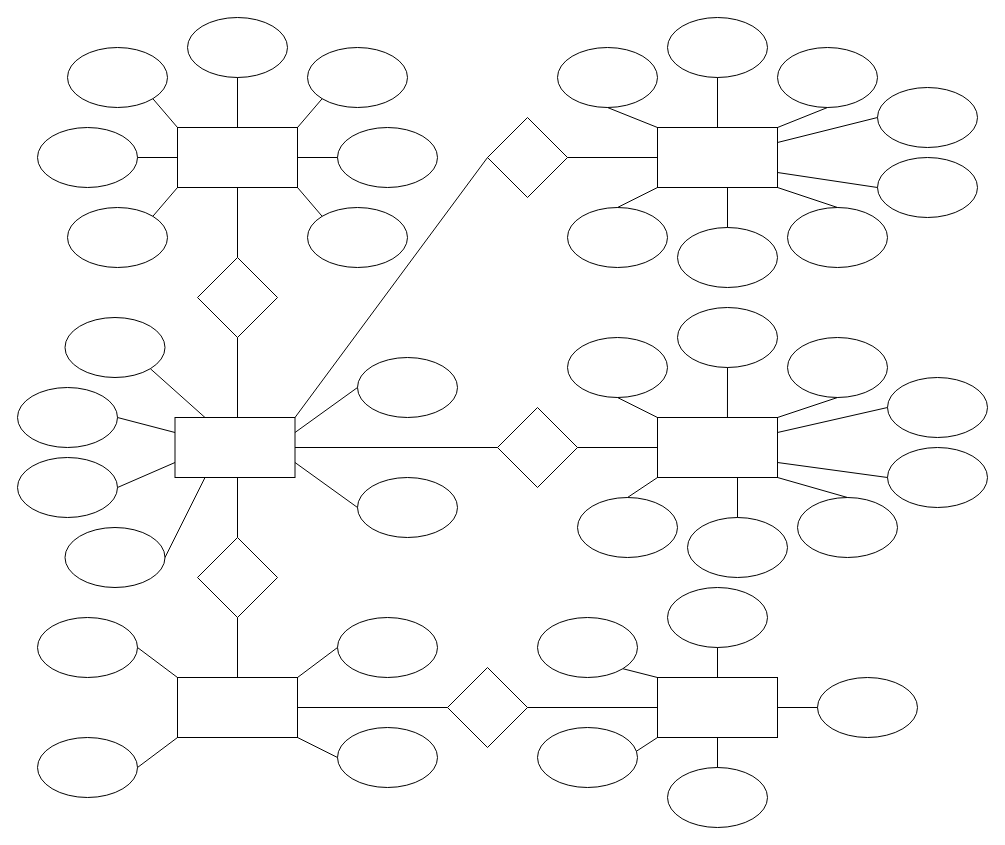
sahil1409/Draw.io keeps this draw.io diagram as Diagram1.drawio. Above is the earlier version. Source tidied: cells renumbered, new cells numbered last; positions are measured from the earlier drawing's top-left corner, leaving out a move shared by most shapes. Both pictures are drawn from the tidied source at 100%, with x=0, y=0 at pixel (17, 17).
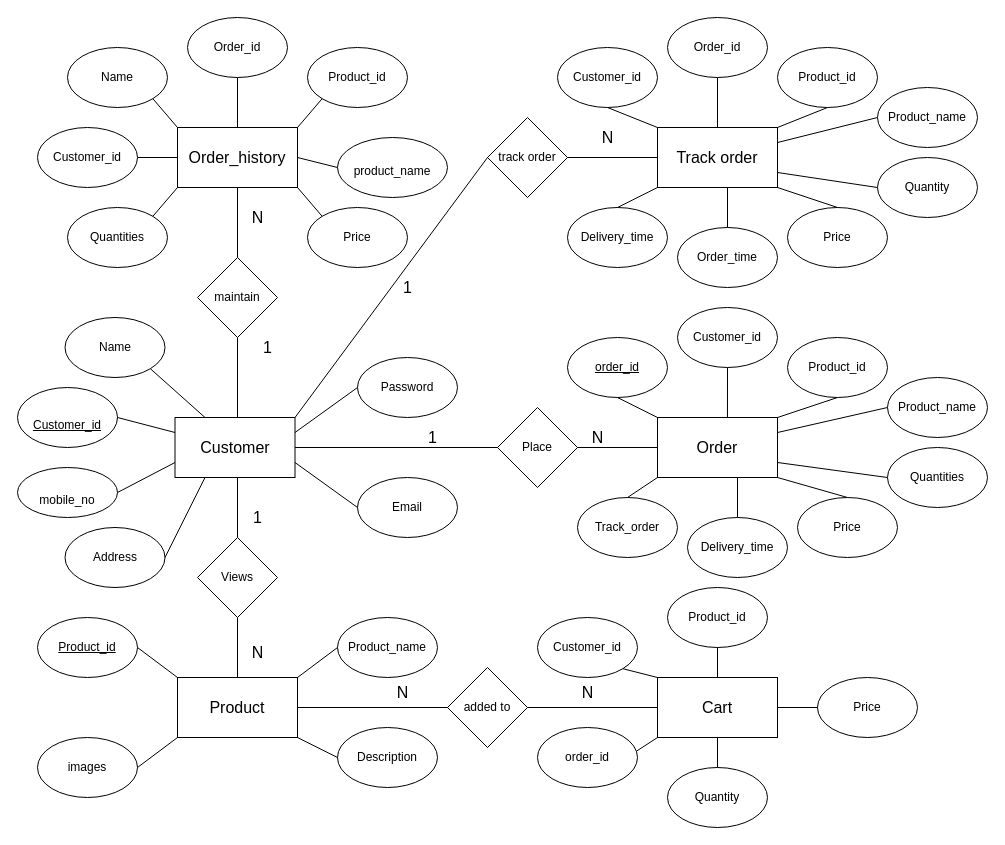
The same page after the edit.

Change to the diagram source:
```diff
@@
-    <mxCell id="2" style="rounded=0;whiteSpace=wrap;html=1;" parent="1" vertex="1">
+    <mxCell id="2" value="&lt;h1 style=&quot;font-size: 16px;&quot;&gt;&lt;span style=&quot;font-weight: normal;&quot;&gt;&lt;font face=&quot;Helvetica&quot;&gt;Order_history&lt;/font&gt;&lt;/span&gt;&lt;/h1&gt;" style="rounded=0;whiteSpace=wrap;html=1;fontFamily=Times New Roman;" parent="1" vertex="1">
       <mxGeometry x="160" y="110" width="120" height="60" as="geometry" />
     </mxCell>
-    <mxCell id="3" style="ellipse;whiteSpace=wrap;html=1;" parent="1" vertex="1">
+    <mxCell id="3" value="Name" style="ellipse;whiteSpace=wrap;html=1;" parent="1" vertex="1">
       <mxGeometry x="50" y="30" width="100" height="60" as="geometry" />
     </mxCell>
-    <mxCell id="4" style="ellipse;whiteSpace=wrap;html=1;" parent="1" vertex="1">
+    <mxCell id="4" value="Customer_id" style="ellipse;whiteSpace=wrap;html=1;" parent="1" vertex="1">
       <mxGeometry x="20" y="110" width="100" height="60" as="geometry" />
     </mxCell>
-    <mxCell id="5" style="ellipse;whiteSpace=wrap;html=1;" parent="1" vertex="1">
+    <mxCell id="5" value="Order_id" style="ellipse;whiteSpace=wrap;html=1;" parent="1" vertex="1">
       <mxGeometry x="170" width="100" height="60" as="geometry" />
     </mxCell>
-    <mxCell id="6" style="ellipse;whiteSpace=wrap;html=1;" parent="1" vertex="1">
+    <mxCell id="6" value="Product_id" style="ellipse;whiteSpace=wrap;html=1;" parent="1" vertex="1">
       <mxGeometry x="290" y="30" width="100" height="60" as="geometry" />
     </mxCell>
-    <mxCell id="7" style="ellipse;whiteSpace=wrap;html=1;" parent="1" vertex="1">
-      <mxGeometry x="320" y="110" width="100" height="60" as="geometry" />
+    <mxCell id="7" value="&lt;h1 style=&quot;&quot;&gt;&lt;span style=&quot;font-weight: normal;&quot;&gt;&lt;font style=&quot;font-size: 12px;&quot;&gt;product_name&lt;/font&gt;&lt;/span&gt;&lt;/h1&gt;" style="ellipse;whiteSpace=wrap;html=1;" parent="1" vertex="1">
+      <mxGeometry x="320" y="120" width="110" height="60" as="geometry" />
     </mxCell>
-    <mxCell id="8" style="ellipse;whiteSpace=wrap;html=1;" parent="1" vertex="1">
+    <mxCell id="8" value="Quantities" style="ellipse;whiteSpace=wrap;html=1;" parent="1" vertex="1">
       <mxGeometry x="50" y="190" width="100" height="60" as="geometry" />
     </mxCell>
-    <mxCell id="9" style="ellipse;whiteSpace=wrap;html=1;" parent="1" vertex="1">
+    <mxCell id="9" value="Price" style="ellipse;whiteSpace=wrap;html=1;" parent="1" vertex="1">
       <mxGeometry x="290" y="190" width="100" height="60" as="geometry" />
     </mxCell>
-    <mxCell id="10" style="rhombus;whiteSpace=wrap;html=1;" parent="1" vertex="1">
+    <mxCell id="10" value="maintain" style="rhombus;whiteSpace=wrap;html=1;" parent="1" vertex="1">
       <mxGeometry x="180" y="240" width="80" height="80" as="geometry" />
     </mxCell>
-    <mxCell id="11" style="rounded=0;whiteSpace=wrap;html=1;" parent="1" vertex="1">
+    <mxCell id="11" value="&lt;font style=&quot;font-size: 16px;&quot;&gt;Customer&lt;/font&gt;" style="rounded=0;whiteSpace=wrap;html=1;" parent="1" vertex="1">
       <mxGeometry x="157.5" y="400" width="120" height="60" as="geometry" />
     </mxCell>
-    <mxCell id="12" style="ellipse;whiteSpace=wrap;html=1;" parent="1" vertex="1">
-      <mxGeometry y="440" width="100" height="60" as="geometry" />
+    <mxCell id="12" value="&lt;br&gt;mobile_no" style="ellipse;whiteSpace=wrap;html=1;" parent="1" vertex="1">
+      <mxGeometry y="450" width="100" height="50" as="geometry" />
     </mxCell>
-    <mxCell id="13" style="ellipse;whiteSpace=wrap;html=1;" parent="1" vertex="1">
+    <mxCell id="13" value="&lt;br&gt;&lt;u&gt;Customer_id&lt;/u&gt;&lt;br&gt;" style="ellipse;whiteSpace=wrap;html=1;" parent="1" vertex="1">
       <mxGeometry y="370" width="100" height="60" as="geometry" />
     </mxCell>
-    <mxCell id="14" style="ellipse;whiteSpace=wrap;html=1;" parent="1" vertex="1">
+    <mxCell id="14" value="Email" style="ellipse;whiteSpace=wrap;html=1;" parent="1" vertex="1">
       <mxGeometry x="340" y="460" width="100" height="60" as="geometry" />
     </mxCell>
-    <mxCell id="15" style="ellipse;whiteSpace=wrap;html=1;" parent="1" vertex="1">
+    <mxCell id="15" value="Address" style="ellipse;whiteSpace=wrap;html=1;" parent="1" vertex="1">
       <mxGeometry x="47.5" y="510" width="100" height="60" as="geometry" />
     </mxCell>
-    <mxCell id="16" style="ellipse;whiteSpace=wrap;html=1;" parent="1" vertex="1">
+    <mxCell id="16" value="Name" style="ellipse;whiteSpace=wrap;html=1;" parent="1" vertex="1">
       <mxGeometry x="47.5" y="300" width="100" height="60" as="geometry" />
     </mxCell>
-    <mxCell id="17" style="ellipse;whiteSpace=wrap;html=1;" parent="1" vertex="1">
+    <mxCell id="17" value="Password" style="ellipse;whiteSpace=wrap;html=1;" parent="1" vertex="1">
       <mxGeometry x="340" y="340" width="100" height="60" as="geometry" />
     </mxCell>
-    <mxCell id="18" style="rhombus;whiteSpace=wrap;html=1;" parent="1" vertex="1">
+    <mxCell id="18" value="Views" style="rhombus;whiteSpace=wrap;html=1;" parent="1" vertex="1">
       <mxGeometry x="180" y="520" width="80" height="80" as="geometry" />
     </mxCell>
-    <mxCell id="19" style="rounded=0;whiteSpace=wrap;html=1;" parent="1" vertex="1">
+    <mxCell id="19" value="&lt;font style=&quot;font-size: 16px;&quot;&gt;Product&lt;/font&gt;" style="rounded=0;whiteSpace=wrap;html=1;" parent="1" vertex="1">
       <mxGeometry x="160" y="660" width="120" height="60" as="geometry" />
     </mxCell>
-    <mxCell id="20" style="ellipse;whiteSpace=wrap;html=1;" parent="1" vertex="1">
+    <mxCell id="20" value="&lt;u&gt;Product_id&lt;/u&gt;" style="ellipse;whiteSpace=wrap;html=1;" parent="1" vertex="1">
       <mxGeometry x="20" y="600" width="100" height="60" as="geometry" />
     </mxCell>
-    <mxCell id="21" style="ellipse;whiteSpace=wrap;html=1;" parent="1" vertex="1">
+    <mxCell id="21" value="images" style="ellipse;whiteSpace=wrap;html=1;" parent="1" vertex="1">
       <mxGeometry x="20" y="720" width="100" height="60" as="geometry" />
     </mxCell>
-    <mxCell id="22" style="ellipse;whiteSpace=wrap;html=1;" parent="1" vertex="1">
+    <mxCell id="22" value="Product_name" style="ellipse;whiteSpace=wrap;html=1;" parent="1" vertex="1">
       <mxGeometry x="320" y="600" width="100" height="60" as="geometry" />
     </mxCell>
-    <mxCell id="23" style="ellipse;whiteSpace=wrap;html=1;" parent="1" vertex="1">
+    <mxCell id="23" value="Description" style="ellipse;whiteSpace=wrap;html=1;" parent="1" vertex="1">
       <mxGeometry x="320" y="710" width="100" height="60" as="geometry" />
     </mxCell>
-    <mxCell id="24" style="rhombus;whiteSpace=wrap;html=1;" parent="1" vertex="1">
+    <mxCell id="24" value="added to" style="rhombus;whiteSpace=wrap;html=1;" parent="1" vertex="1">
       <mxGeometry x="430" y="650" width="80" height="80" as="geometry" />
     </mxCell>
-    <mxCell id="25" style="rounded=0;whiteSpace=wrap;html=1;" parent="1" vertex="1">
+    <mxCell id="25" value="&lt;font style=&quot;font-size: 16px;&quot;&gt;Cart&lt;/font&gt;" style="rounded=0;whiteSpace=wrap;html=1;" parent="1" vertex="1">
       <mxGeometry x="640" y="660" width="120" height="60" as="geometry" />
     </mxCell>
-    <mxCell id="26" style="ellipse;whiteSpace=wrap;html=1;" parent="1" vertex="1">
+    <mxCell id="26" value="Customer_id" style="ellipse;whiteSpace=wrap;html=1;" parent="1" vertex="1">
       <mxGeometry x="520" y="600" width="100" height="60" as="geometry" />
     </mxCell>
-    <mxCell id="27" style="ellipse;whiteSpace=wrap;html=1;" parent="1" vertex="1">
+    <mxCell id="27" value="order_id" style="ellipse;whiteSpace=wrap;html=1;" parent="1" vertex="1">
       <mxGeometry x="520" y="710" width="100" height="60" as="geometry" />
     </mxCell>
-    <mxCell id="28" style="ellipse;whiteSpace=wrap;html=1;" parent="1" vertex="1">
+    <mxCell id="28" value="Product_id" style="ellipse;whiteSpace=wrap;html=1;" parent="1" vertex="1">
       <mxGeometry x="650" y="570" width="100" height="60" as="geometry" />
     </mxCell>
-    <mxCell id="29" style="ellipse;whiteSpace=wrap;html=1;" parent="1" vertex="1">
+    <mxCell id="29" value="Quantity" style="ellipse;whiteSpace=wrap;html=1;" parent="1" vertex="1">
       <mxGeometry x="650" y="750" width="100" height="60" as="geometry" />
     </mxCell>
-    <mxCell id="30" style="ellipse;whiteSpace=wrap;html=1;" parent="1" vertex="1">
+    <mxCell id="30" value="Price" style="ellipse;whiteSpace=wrap;html=1;" parent="1" vertex="1">
       <mxGeometry x="800" y="660" width="100" height="60" as="geometry" />
     </mxCell>
-    <mxCell id="31" style="rhombus;whiteSpace=wrap;html=1;" parent="1" vertex="1">
+    <mxCell id="31" value="track order" style="rhombus;whiteSpace=wrap;html=1;" parent="1" vertex="1">
       <mxGeometry x="470" y="100" width="80" height="80" as="geometry" />
     </mxCell>
-    <mxCell id="32" style="rhombus;whiteSpace=wrap;html=1;" parent="1" vertex="1">
+    <mxCell id="32" value="Place" style="rhombus;whiteSpace=wrap;html=1;" parent="1" vertex="1">
       <mxGeometry x="480" y="390" width="80" height="80" as="geometry" />
     </mxCell>
@@
-    <mxCell id="35" style="rounded=0;whiteSpace=wrap;html=1;" parent="1" vertex="1">
+    <mxCell id="35" value="&lt;font style=&quot;font-size: 16px;&quot;&gt;Track order&lt;/font&gt;" style="rounded=0;whiteSpace=wrap;html=1;" parent="1" vertex="1">
       <mxGeometry x="640" y="110" width="120" height="60" as="geometry" />
     </mxCell>
-    <mxCell id="36" style="rounded=0;whiteSpace=wrap;html=1;" parent="1" vertex="1">
+    <mxCell id="36" value="&lt;font style=&quot;font-size: 16px;&quot;&gt;Order&lt;/font&gt;" style="rounded=0;whiteSpace=wrap;html=1;" parent="1" vertex="1">
       <mxGeometry x="640" y="400" width="120" height="60" as="geometry" />
     </mxCell>
-    <mxCell id="37" style="ellipse;whiteSpace=wrap;html=1;" parent="1" vertex="1">
+    <mxCell id="37" value="Customer_id" style="ellipse;whiteSpace=wrap;html=1;" parent="1" vertex="1">
       <mxGeometry x="540" y="30" width="100" height="60" as="geometry" />
     </mxCell>
-    <mxCell id="38" style="ellipse;whiteSpace=wrap;html=1;" parent="1" vertex="1">
+    <mxCell id="38" value="Order_id" style="ellipse;whiteSpace=wrap;html=1;" parent="1" vertex="1">
       <mxGeometry x="650" width="100" height="60" as="geometry" />
     </mxCell>
-    <mxCell id="39" style="ellipse;whiteSpace=wrap;html=1;" parent="1" vertex="1">
+    <mxCell id="39" value="Product_id" style="ellipse;whiteSpace=wrap;html=1;" parent="1" vertex="1">
       <mxGeometry x="760" y="30" width="100" height="60" as="geometry" />
     </mxCell>
-    <mxCell id="40" style="ellipse;whiteSpace=wrap;html=1;" parent="1" vertex="1">
+    <mxCell id="40" value="Delivery_time" style="ellipse;whiteSpace=wrap;html=1;" parent="1" vertex="1">
       <mxGeometry x="550" y="190" width="100" height="60" as="geometry" />
     </mxCell>
-    <mxCell id="41" style="ellipse;whiteSpace=wrap;html=1;" parent="1" vertex="1">
+    <mxCell id="41" value="Price" style="ellipse;whiteSpace=wrap;html=1;" parent="1" vertex="1">
       <mxGeometry x="770" y="190" width="100" height="60" as="geometry" />
     </mxCell>
-    <mxCell id="42" style="ellipse;whiteSpace=wrap;html=1;" parent="1" vertex="1">
+    <mxCell id="42" value="Order_time" style="ellipse;whiteSpace=wrap;html=1;" parent="1" vertex="1">
       <mxGeometry x="660" y="210" width="100" height="60" as="geometry" />
     </mxCell>
-    <mxCell id="43" style="ellipse;whiteSpace=wrap;html=1;" parent="1" vertex="1">
+    <mxCell id="43" value="Product_name" style="ellipse;whiteSpace=wrap;html=1;" parent="1" vertex="1">
       <mxGeometry x="860" y="70" width="100" height="60" as="geometry" />
     </mxCell>
-    <mxCell id="44" style="ellipse;whiteSpace=wrap;html=1;" parent="1" vertex="1">
+    <mxCell id="44" value="Quantity" style="ellipse;whiteSpace=wrap;html=1;" parent="1" vertex="1">
       <mxGeometry x="860" y="140" width="100" height="60" as="geometry" />
     </mxCell>
-    <mxCell id="45" style="ellipse;whiteSpace=wrap;html=1;" parent="1" vertex="1">
+    <mxCell id="45" value="&lt;u&gt;order_id&lt;/u&gt;" style="ellipse;whiteSpace=wrap;html=1;" parent="1" vertex="1">
       <mxGeometry x="550" y="320" width="100" height="60" as="geometry" />
     </mxCell>
-    <mxCell id="46" style="ellipse;whiteSpace=wrap;html=1;" parent="1" vertex="1">
+    <mxCell id="46" value="Customer_id" style="ellipse;whiteSpace=wrap;html=1;" parent="1" vertex="1">
       <mxGeometry x="660" y="290" width="100" height="60" as="geometry" />
     </mxCell>
-    <mxCell id="47" style="ellipse;whiteSpace=wrap;html=1;" parent="1" vertex="1">
+    <mxCell id="47" value="Product_id" style="ellipse;whiteSpace=wrap;html=1;" parent="1" vertex="1">
       <mxGeometry x="770" y="320" width="100" height="60" as="geometry" />
     </mxCell>
-    <mxCell id="48" style="ellipse;whiteSpace=wrap;html=1;" parent="1" vertex="1">
+    <mxCell id="48" value="Product_name" style="ellipse;whiteSpace=wrap;html=1;" parent="1" vertex="1">
       <mxGeometry x="870" y="360" width="100" height="60" as="geometry" />
     </mxCell>
-    <mxCell id="49" style="ellipse;whiteSpace=wrap;html=1;" parent="1" vertex="1">
+    <mxCell id="49" value="Track_order" style="ellipse;whiteSpace=wrap;html=1;" parent="1" vertex="1">
       <mxGeometry x="560" y="480" width="100" height="60" as="geometry" />
     </mxCell>
-    <mxCell id="50" style="ellipse;whiteSpace=wrap;html=1;" parent="1" vertex="1">
+    <mxCell id="50" value="Price" style="ellipse;whiteSpace=wrap;html=1;" parent="1" vertex="1">
       <mxGeometry x="780" y="480" width="100" height="60" as="geometry" />
     </mxCell>
-    <mxCell id="51" style="ellipse;whiteSpace=wrap;html=1;" parent="1" vertex="1">
+    <mxCell id="51" value="Delivery_time" style="ellipse;whiteSpace=wrap;html=1;" parent="1" vertex="1">
       <mxGeometry x="670" y="500" width="100" height="60" as="geometry" />
     </mxCell>
-    <mxCell id="52" style="ellipse;whiteSpace=wrap;html=1;" parent="1" vertex="1">
+    <mxCell id="52" value="Quantities" style="ellipse;whiteSpace=wrap;html=1;" parent="1" vertex="1">
       <mxGeometry x="870" y="430" width="100" height="60" as="geometry" />
     </mxCell>
@@
+    <mxCell id="99" value="N" style="text;html=1;align=center;verticalAlign=middle;strokeColor=none;fillColor=none;fontSize=16;fontFamily=Helvetica;" parent="1" vertex="1">
+      <mxGeometry x="220" y="185" width="40" height="30" as="geometry" />
+    </mxCell>
+    <mxCell id="100" value="1" style="text;html=1;align=center;verticalAlign=middle;strokeColor=none;fillColor=none;fontSize=16;fontFamily=Helvetica;" parent="1" vertex="1">
+      <mxGeometry x="235" y="315" width="30" height="30" as="geometry" />
+    </mxCell>
+    <mxCell id="101" value="1" style="text;html=1;align=center;verticalAlign=middle;strokeColor=none;fillColor=none;fontSize=16;fontFamily=Helvetica;" parent="1" vertex="1">
+      <mxGeometry x="375" y="255" width="30" height="30" as="geometry" />
+    </mxCell>
+    <mxCell id="102" value="1" style="text;html=1;align=center;verticalAlign=middle;strokeColor=none;fillColor=none;fontSize=16;fontFamily=Helvetica;" parent="1" vertex="1">
+      <mxGeometry x="225" y="485" width="30" height="30" as="geometry" />
+    </mxCell>
+    <mxCell id="103" value="1" style="text;html=1;align=center;verticalAlign=middle;strokeColor=none;fillColor=none;fontSize=16;fontFamily=Helvetica;" parent="1" vertex="1">
+      <mxGeometry x="400" y="405" width="30" height="30" as="geometry" />
+    </mxCell>
+    <mxCell id="104" value="N" style="text;html=1;align=center;verticalAlign=middle;strokeColor=none;fillColor=none;fontSize=16;fontFamily=Helvetica;" parent="1" vertex="1">
+      <mxGeometry x="220" y="620" width="40" height="30" as="geometry" />
+    </mxCell>
+    <mxCell id="105" value="N" style="text;html=1;align=center;verticalAlign=middle;strokeColor=none;fillColor=none;fontSize=16;fontFamily=Helvetica;" parent="1" vertex="1">
+      <mxGeometry x="365" y="660" width="40" height="30" as="geometry" />
+    </mxCell>
+    <mxCell id="106" value="N" style="text;html=1;align=center;verticalAlign=middle;strokeColor=none;fillColor=none;fontSize=16;fontFamily=Helvetica;" parent="1" vertex="1">
+      <mxGeometry x="550" y="660" width="40" height="30" as="geometry" />
+    </mxCell>
+    <mxCell id="107" value="N" style="text;html=1;align=center;verticalAlign=middle;strokeColor=none;fillColor=none;fontSize=16;fontFamily=Helvetica;" parent="1" vertex="1">
+      <mxGeometry x="560" y="405" width="40" height="30" as="geometry" />
+    </mxCell>
+    <mxCell id="108" value="N" style="text;html=1;align=center;verticalAlign=middle;strokeColor=none;fillColor=none;fontSize=16;fontFamily=Helvetica;" parent="1" vertex="1">
+      <mxGeometry x="570" y="105" width="40" height="30" as="geometry" />
+    </mxCell>
```
